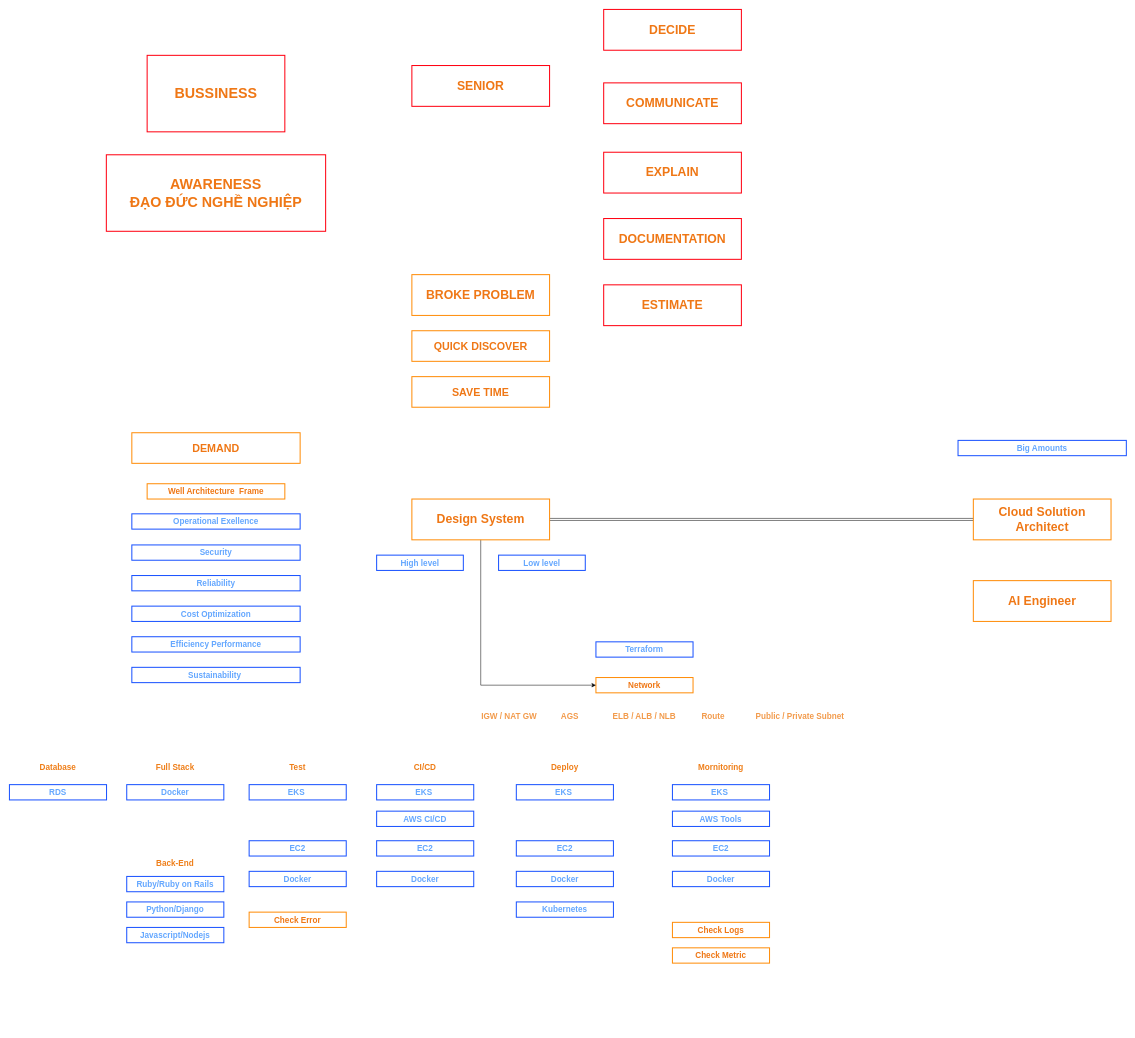
HoangGuruu/drawCloud keeps this draw.io diagram as page "Trang-1" (1 of 2) of MindSet.drawio. Above is the earlier version. Source tidied: cells renumbered, new cells numbered last; positions are measured from the earlier drawing's top-left corner, leaving out a move shared by most shapes. Both pictures are drawn from the tidied source at 51%, with x=0, y=0 at pixel (9, 9).
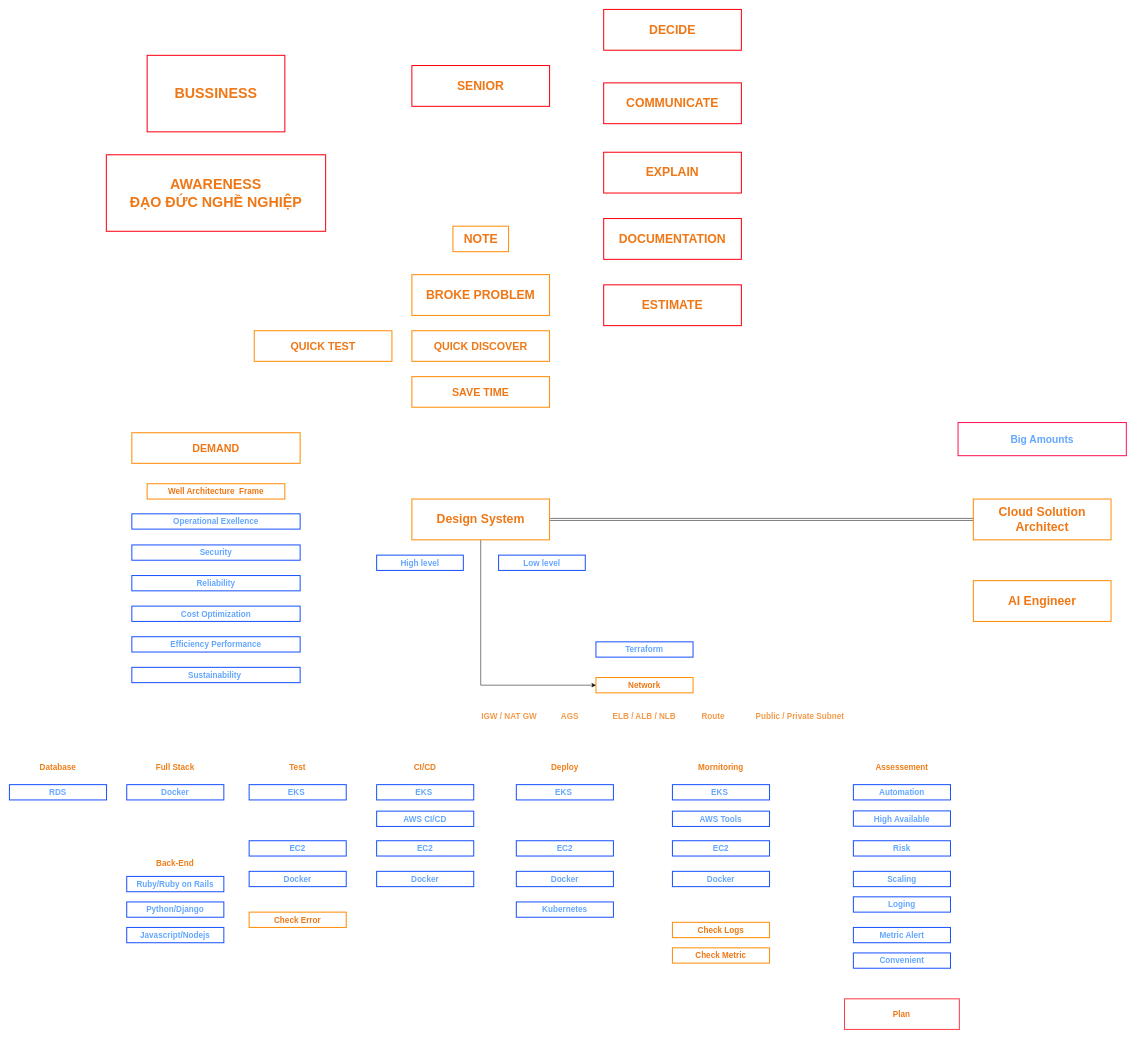
After the change.

Commit message:
Cập nhật MindSet.drawio

Change to the diagram source:
```diff
@@
-    <mxCell id="64" value="Big Amounts" style="text;html=1;strokeColor=#1a53ff;fillColor=none;align=center;verticalAlign=middle;whiteSpace=wrap;rounded=0;fontSize=16;fontStyle=1;fontColor=#64a7ff;strokeWidth=2;" parent="1" vertex="1">
-      <mxGeometry x="1860" y="845" width="330" height="30" as="geometry" />
+    <mxCell id="64" value="Big Amounts" style="text;html=1;strokeColor=#FF1453;fillColor=none;align=center;verticalAlign=middle;whiteSpace=wrap;rounded=0;fontSize=20;fontStyle=1;fontColor=#64a7ff;strokeWidth=2;" parent="1" vertex="1">
+      <mxGeometry x="1860" y="810" width="330" height="65" as="geometry" />
     </mxCell>
@@
+    <mxCell id="66" value="Assessement" style="text;html=1;strokeColor=none;fillColor=none;align=center;verticalAlign=middle;whiteSpace=wrap;rounded=0;fontSize=16;fontStyle=1;fontColor=#ed7100;opacity=80;textOpacity=90;" parent="1" vertex="1">
+      <mxGeometry x="1710" y="1470" width="80" height="30" as="geometry" />
+    </mxCell>
+    <mxCell id="67" value="Automation" style="text;html=1;strokeColor=#1a53ff;fillColor=none;align=center;verticalAlign=middle;whiteSpace=wrap;rounded=0;fontSize=16;fontStyle=1;fontColor=#64a7ff;strokeWidth=2;" parent="1" vertex="1">
+      <mxGeometry x="1654.8" y="1520" width="190.4" height="30" as="geometry" />
+    </mxCell>
+    <mxCell id="68" value="High Available" style="text;html=1;strokeColor=#1a53ff;fillColor=none;align=center;verticalAlign=middle;whiteSpace=wrap;rounded=0;fontSize=16;fontStyle=1;fontColor=#64a7ff;strokeWidth=2;" parent="1" vertex="1">
+      <mxGeometry x="1654.8" y="1571.5" width="190.4" height="30" as="geometry" />
+    </mxCell>
+    <mxCell id="69" value="Risk" style="text;html=1;strokeColor=#1a53ff;fillColor=none;align=center;verticalAlign=middle;whiteSpace=wrap;rounded=0;fontSize=16;fontStyle=1;fontColor=#64a7ff;strokeWidth=2;" parent="1" vertex="1">
+      <mxGeometry x="1654.8" y="1630" width="190.4" height="30" as="geometry" />
+    </mxCell>
+    <mxCell id="70" value="QUICK TEST" style="text;html=1;strokeColor=#ff8d0a;fillColor=none;align=center;verticalAlign=middle;whiteSpace=wrap;rounded=0;fontSize=21;fontStyle=1;fontColor=#ef7715;strokeWidth=2;" parent="1" vertex="1">
+      <mxGeometry x="480" y="630" width="270" height="60" as="geometry" />
+    </mxCell>
+    <mxCell id="71" value="&lt;span style=&quot;font-size: 24px;&quot;&gt;NOTE&lt;/span&gt;" style="text;html=1;strokeColor=#ff8d0a;fillColor=none;align=center;verticalAlign=middle;whiteSpace=wrap;rounded=0;fontSize=16;fontStyle=1;fontColor=#ef7715;strokeWidth=2;" parent="1" vertex="1">
+      <mxGeometry x="869.6" y="425" width="109.1" height="50" as="geometry" />
+    </mxCell>
+    <mxCell id="72" value="Scaling" style="text;html=1;strokeColor=#1a53ff;fillColor=none;align=center;verticalAlign=middle;whiteSpace=wrap;rounded=0;fontSize=16;fontStyle=1;fontColor=#64a7ff;strokeWidth=2;" parent="1" vertex="1">
+      <mxGeometry x="1654.8" y="1690" width="190.4" height="30" as="geometry" />
+    </mxCell>
+    <mxCell id="73" value="Plan" style="text;html=1;strokeColor=#FF3D4A;fillColor=none;align=center;verticalAlign=middle;whiteSpace=wrap;rounded=0;fontSize=16;fontStyle=1;fontColor=#ef7715;strokeWidth=2;" parent="1" vertex="1">
+      <mxGeometry x="1637.4" y="1940" width="225.2" height="60" as="geometry" />
+    </mxCell>
+    <mxCell id="74" value="Loging" style="text;html=1;strokeColor=#1a53ff;fillColor=none;align=center;verticalAlign=middle;whiteSpace=wrap;rounded=0;fontSize=16;fontStyle=1;fontColor=#64a7ff;strokeWidth=2;" parent="1" vertex="1">
+      <mxGeometry x="1654.8" y="1740" width="190.4" height="30" as="geometry" />
+    </mxCell>
+    <mxCell id="75" value="Metric Alert" style="text;html=1;strokeColor=#1a53ff;fillColor=none;align=center;verticalAlign=middle;whiteSpace=wrap;rounded=0;fontSize=16;fontStyle=1;fontColor=#64a7ff;strokeWidth=2;" parent="1" vertex="1">
+      <mxGeometry x="1654.8" y="1800" width="190.4" height="30" as="geometry" />
+    </mxCell>
+    <mxCell id="76" value="Convenient" style="text;html=1;strokeColor=#1a53ff;fillColor=none;align=center;verticalAlign=middle;whiteSpace=wrap;rounded=0;fontSize=16;fontStyle=1;fontColor=#64a7ff;strokeWidth=2;" parent="1" vertex="1">
+      <mxGeometry x="1654.8" y="1850" width="190.4" height="30" as="geometry" />
+    </mxCell>
```
